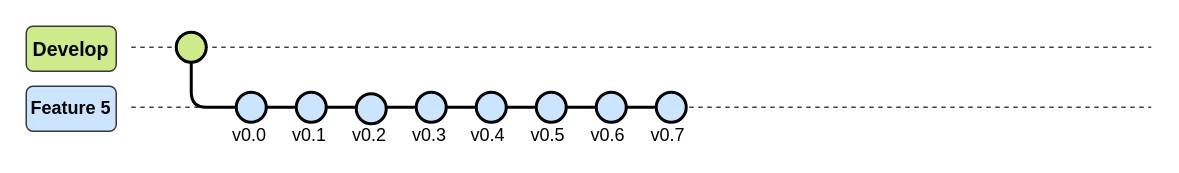
The draw.io diagram page "Feature5" (2 of 2) of 03_ImagenesRepo/01_GitFlow.drawio in LEOSZ8/Tesis_Msc_LSZ, before the edit. Source tidied: cells renumbered, new cells numbered last; positions are measured from the earlier drawing's top-left corner, leaving out a move shared by most shapes. Both pictures are drawn from the tidied source at 150%, with x=0, y=0 at pixel (26, 26).
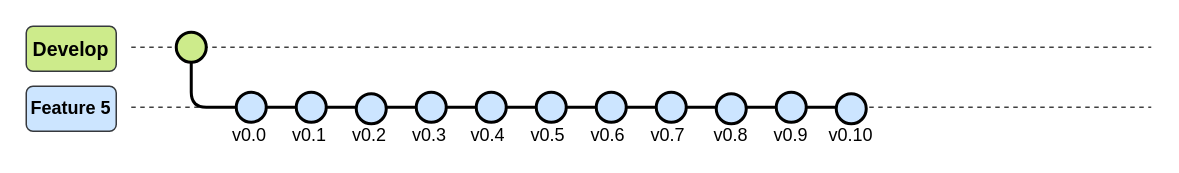
The same page after the edit.

The change refers to these unchanged cells:
```xml
<mxCell id="29" style="ellipse;whiteSpace=wrap;html=1;fillColor=#cce5ff;strokeColor=#000000;strokeWidth=2;" parent="1" vertex="1">
  <mxGeometry x="420" y="44" width="20" height="20" as="geometry" />
</mxCell>
```

The edit, as a diff of the source:
```diff
@@
+    <mxCell id="31" style="edgeStyle=orthogonalEdgeStyle;rounded=0;jettySize=auto;html=1;strokeWidth=2;endArrow=none;startFill=0;" parent="1" edge="1" source="29" target="33">
+      <mxGeometry relative="1" as="geometry" />
+    </mxCell>
@@
+    <mxCell id="32" style="edgeStyle=orthogonalEdgeStyle;rounded=0;jettySize=auto;html=1;strokeWidth=2;endArrow=none;startFill=0;" parent="1" edge="1" source="33" target="35">
+      <mxGeometry relative="1" as="geometry">
+        <Array as="points">
+          <mxPoint x="490" y="54" />
+          <mxPoint x="490" y="54" />
+        </Array>
+      </mxGeometry>
+    </mxCell>
+    <mxCell id="33" style="ellipse;whiteSpace=wrap;html=1;fillColor=#cce5ff;strokeColor=#000000;strokeWidth=2;" parent="1" vertex="1">
+      <mxGeometry x="460" y="45" width="20" height="20" as="geometry" />
+    </mxCell>
+    <mxCell id="34" style="edgeStyle=orthogonalEdgeStyle;rounded=0;jettySize=auto;html=1;strokeWidth=2;endArrow=none;startFill=0;" parent="1" edge="1" source="35" target="36">
+      <mxGeometry relative="1" as="geometry" />
+    </mxCell>
+    <mxCell id="35" style="ellipse;whiteSpace=wrap;html=1;fillColor=#cce5ff;strokeColor=#000000;strokeWidth=2;" parent="1" vertex="1">
+      <mxGeometry x="500" y="44" width="20" height="20" as="geometry" />
+    </mxCell>
+    <mxCell id="36" style="ellipse;whiteSpace=wrap;html=1;fillColor=#cce5ff;strokeColor=#000000;strokeWidth=2;" parent="1" vertex="1">
+      <mxGeometry x="540" y="45" width="20" height="20" as="geometry" />
+    </mxCell>
+    <mxCell id="37" value="v0.8" style="text;html=1;align=center;verticalAlign=middle;whiteSpace=wrap;rounded=0;" parent="1" vertex="1">
+      <mxGeometry x="455" y="67" width="30" height="12" as="geometry" />
+    </mxCell>
+    <mxCell id="38" value="v0.9" style="text;html=1;align=center;verticalAlign=middle;whiteSpace=wrap;rounded=0;" parent="1" vertex="1">
+      <mxGeometry x="495" y="67" width="30" height="12" as="geometry" />
+    </mxCell>
+    <mxCell id="39" value="v0.10" style="text;html=1;align=center;verticalAlign=middle;whiteSpace=wrap;rounded=0;" parent="1" vertex="1">
+      <mxGeometry x="535" y="67" width="30" height="12" as="geometry" />
+    </mxCell>
```
